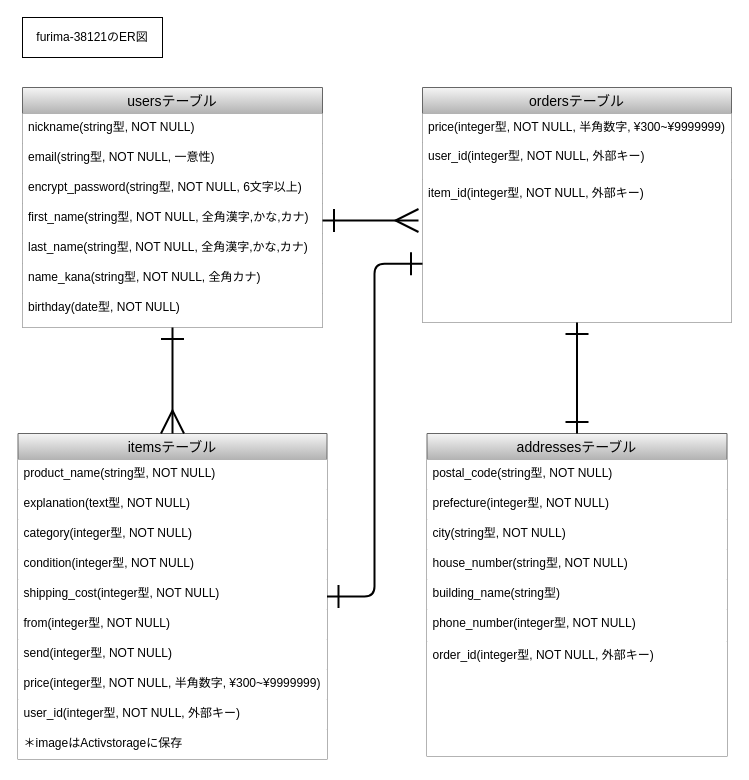
Earlier version of the draw.io diagram ER図.dio (yuinin/furima-38121). Source tidied: cells renumbered, new cells numbered last; positions are measured from the earlier drawing's top-left corner, leaving out a move shared by most shapes. Both pictures are drawn from the tidied source at 100%, with x=0, y=0 at pixel (18, 17).
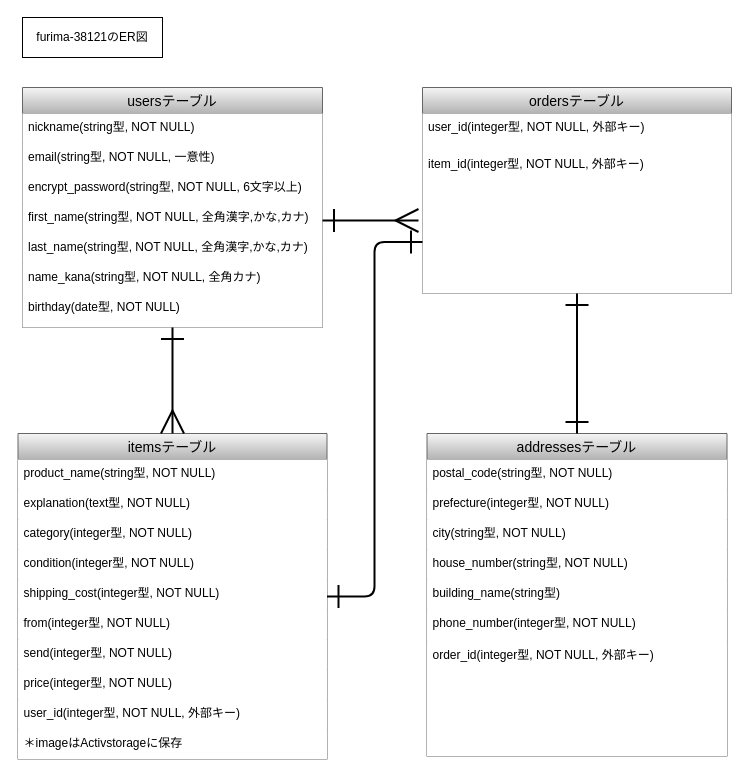
Above is the later version.

Commit message (it also covers changes not shown here):
テーブル設計の修正_3

Unchanged cells that the change refers to:
```xml
<mxCell id="10" value="itemsテーブル" style="swimlane;fontStyle=0;horizontal=1;startSize=26;align=center;fontSize=14;rounded=0;sketch=0;shadow=0;glass=0;fillColor=#f5f5f5;gradientColor=#b3b3b3;strokeColor=#666666;fontColor=#000000;" parent="1" vertex="1">
  <mxGeometry x="-0.5" y="416" width="309" height="326" as="geometry" />
</mxCell>
```

What changed in the source:
```diff
@@
-    <mxCell id="18" value="price(integer型, NOT NULL, 半角数字, ¥300~¥9999999)" style="text;strokeColor=none;fillColor=#FFFFFF;spacingLeft=4;spacingRight=4;overflow=hidden;fontSize=12;fontColor=#000000;" parent="10" vertex="1">
+    <mxCell id="18" value="price(integer型, NOT NULL)" style="text;strokeColor=none;fillColor=#FFFFFF;spacingLeft=4;spacingRight=4;overflow=hidden;fontSize=12;fontColor=#000000;" parent="10" vertex="1">
       <mxGeometry y="236" width="309" height="30" as="geometry" />
     </mxCell>
@@
     <mxCell id="22" value="ordersテーブル" style="swimlane;fontStyle=0;horizontal=1;startSize=26;align=center;fontSize=14;rounded=0;sketch=0;shadow=0;glass=0;fillColor=#f5f5f5;gradientColor=#b3b3b3;strokeColor=#666666;fontColor=#000000;" parent="1" vertex="1">
-      <mxGeometry x="404" y="70" width="309" height="235" as="geometry" />
+      <mxGeometry x="404" y="70" width="309" height="206" as="geometry" />
     </mxCell>
-    <mxCell id="23" value="price(integer型, NOT NULL, 半角数字, ¥300~¥9999999)" style="text;strokeColor=none;fillColor=#FFFFFF;spacingLeft=4;spacingRight=4;overflow=hidden;fontSize=12;fontColor=#000000;" parent="22" vertex="1">
-      <mxGeometry y="26" width="309" height="29" as="geometry" />
-    </mxCell>
     <mxCell id="24" value="user_id(integer型, NOT NULL, 外部キー)" style="text;strokeColor=none;fillColor=#FFFFFF;spacingLeft=4;spacingRight=4;overflow=hidden;fontSize=12;fontColor=#000000;" parent="22" vertex="1">
-      <mxGeometry y="55" width="309" height="37" as="geometry" />
+      <mxGeometry y="26" width="309" height="37" as="geometry" />
     </mxCell>
     <mxCell id="25" value="item_id(integer型, NOT NULL, 外部キー)" style="text;strokeColor=none;fillColor=#FFFFFF;spacingLeft=4;spacingRight=4;overflow=hidden;fontSize=12;fontColor=#000000;" parent="22" vertex="1">
-      <mxGeometry y="92" width="309" height="143" as="geometry" />
+      <mxGeometry y="63" width="309" height="143" as="geometry" />
     </mxCell>
```
